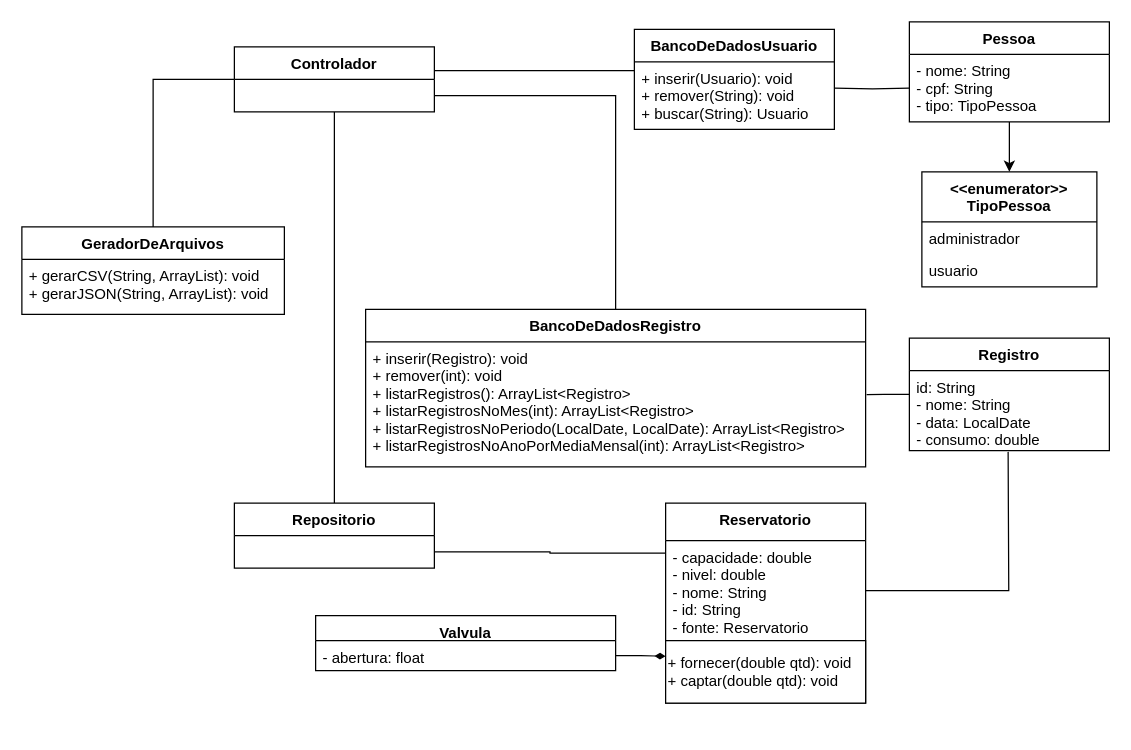
The draw.io diagram informações do projeto/entrega 02 - diagrama de classes UML/Waterway.drawio in ronaldo26rodrigues/Lifeway, before the edit. Source tidied: cells renumbered, new cells numbered last; positions are measured from the earlier drawing's top-left corner, leaving out a move shared by most shapes. Both pictures are drawn from the tidied source at 125%, with x=0, y=0 at pixel (21, 21).
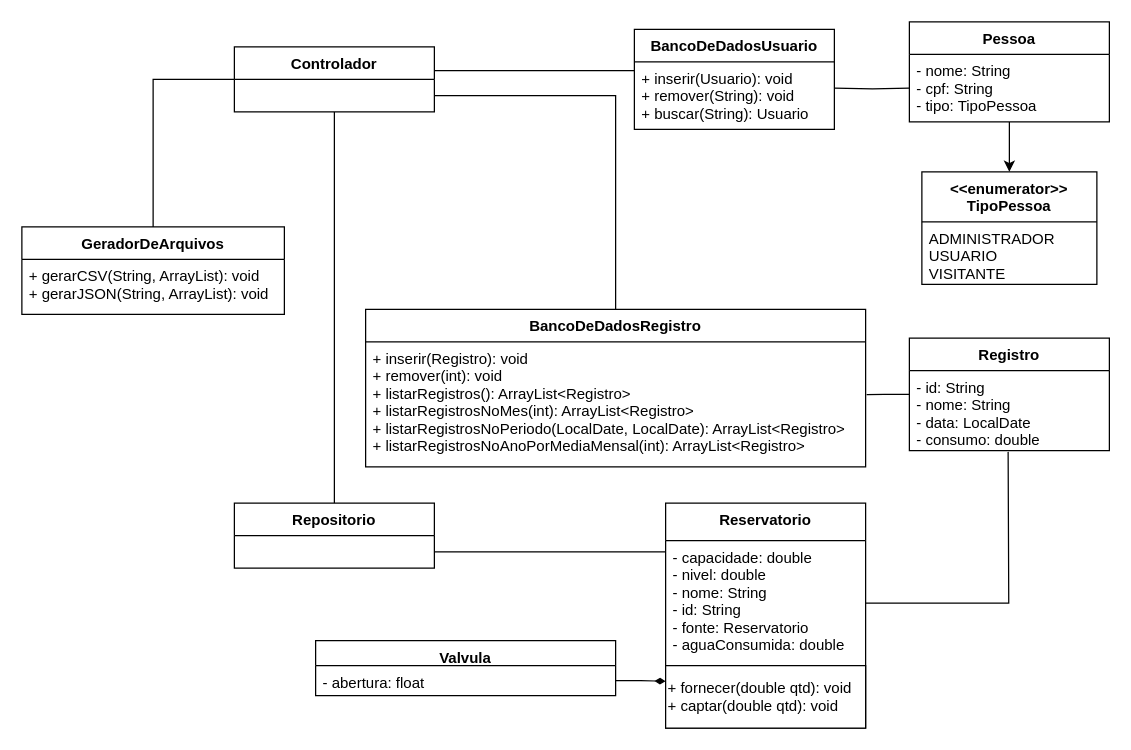
Above is the later version.

The change refers to these unchanged cells:
```xml
<mxCell id="9" value="Registro" style="swimlane;fontStyle=1;align=center;verticalAlign=top;horizontal=1;startSize=26;" parent="1" vertex="1">
  <mxGeometry x="710" y="253" width="160" height="90" as="geometry" />
</mxCell>
<mxCell id="30" value="Repositorio" style="swimlane;fontStyle=1;align=center;verticalAlign=top;horizontal=1;startSize=26;" parent="1" vertex="1">
  <mxGeometry x="170" y="385" width="160" height="52" as="geometry" />
</mxCell>
```

Diff of the diagram source:
```diff
@@
     <mxCell id="3" value="Reservatorio" style="swimlane;fontStyle=1;align=center;verticalAlign=top;horizontal=1;startSize=30;" parent="1" vertex="1">
-      <mxGeometry x="515" y="385" width="160" height="160" as="geometry" />
+      <mxGeometry x="515" y="385" width="160" height="180" as="geometry" />
     </mxCell>
-    <mxCell id="4" value="- capacidade: double&#10;- nivel: double&#10;- nome: String&#10;- id: String&#10;- fonte: Reservatorio" style="text;strokeColor=none;fillColor=none;align=left;verticalAlign=top;spacingLeft=4;spacingRight=4;overflow=hidden;points=[[0,0.5],[1,0.5]];portConstraint=eastwest;" parent="3" vertex="1">
-      <mxGeometry y="30" width="160" height="80" as="geometry" />
+    <mxCell id="4" value="- capacidade: double&#10;- nivel: double&#10;- nome: String&#10;- id: String&#10;- fonte: Reservatorio&#10;- aguaConsumida: double" style="text;strokeColor=none;fillColor=none;align=left;verticalAlign=top;spacingLeft=4;spacingRight=4;overflow=hidden;points=[[0,0.5],[1,0.5]];portConstraint=eastwest;" parent="3" vertex="1">
+      <mxGeometry y="30" width="160" height="100" as="geometry" />
     </mxCell>
     <mxCell id="5" value="+ fornecer(double qtd): void&lt;br&gt;+ captar(double qtd): void" style="html=1;align=left;" parent="3" vertex="1">
-      <mxGeometry y="110" width="160" height="50" as="geometry" />
+      <mxGeometry y="130" width="160" height="50" as="geometry" />
     </mxCell>
     <mxCell id="6" value="Valvula" style="swimlane;fontStyle=1;align=center;verticalAlign=top;horizontal=1;startSize=20;" parent="1" vertex="1">
-      <mxGeometry x="235" y="475" width="240" height="44" as="geometry" />
+      <mxGeometry x="235" y="495" width="240" height="44" as="geometry" />
     </mxCell>
@@
-    <mxCell id="10" value="id: String&#10;- nome: String&#10;- data: LocalDate&#10;- consumo: double" style="text;strokeColor=none;fillColor=none;align=left;verticalAlign=top;spacingLeft=4;spacingRight=4;overflow=hidden;" parent="9" vertex="1">
+    <mxCell id="10" value="- id: String&#10;- nome: String&#10;- data: LocalDate&#10;- consumo: double" style="text;strokeColor=none;fillColor=none;align=left;verticalAlign=top;spacingLeft=4;spacingRight=4;overflow=hidden;" parent="9" vertex="1">
       <mxGeometry y="26" width="160" height="64" as="geometry" />
     </mxCell>
@@
     <mxCell id="21" value="&lt;&lt;enumerator&gt;&gt;&#10;TipoPessoa" style="swimlane;fontStyle=1;horizontal=1;startSize=40;fillColor=none;" parent="1" vertex="1">
-      <mxGeometry x="720" y="120" width="140" height="92" as="geometry" />
+      <mxGeometry x="720" y="120" width="140" height="90" as="geometry" />
     </mxCell>
-    <mxCell id="22" value="administrador" style="text;strokeColor=none;fillColor=none;align=left;verticalAlign=top;spacingLeft=4;spacingRight=4;overflow=hidden;" parent="21" vertex="1">
-      <mxGeometry y="40" width="140" height="26" as="geometry" />
+    <mxCell id="22" value="ADMINISTRADOR&#10;USUARIO&#10;VISITANTE" style="text;strokeColor=none;fillColor=none;align=left;verticalAlign=top;spacingLeft=4;spacingRight=4;overflow=hidden;" parent="21" vertex="1">
+      <mxGeometry y="40" width="140" height="50" as="geometry" />
     </mxCell>
-    <mxCell id="23" value="usuario" style="text;strokeColor=none;fillColor=none;align=left;verticalAlign=top;spacingLeft=4;spacingRight=4;overflow=hidden;" parent="21" vertex="1">
-      <mxGeometry y="66" width="140" height="26" as="geometry" />
-    </mxCell>
@@
-    <mxCell id="31" style="edgeStyle=orthogonalEdgeStyle;rounded=0;jettySize=auto;html=1;entryX=1;entryY=0.75;entryDx=0;entryDy=0;startArrow=none;startFill=0;endArrow=none;endFill=0;exitX=0;exitY=0.25;exitDx=0;exitDy=0;" parent="1" edge="1" source="3" target="30">
+    <mxCell id="31" style="edgeStyle=orthogonalEdgeStyle;rounded=0;jettySize=auto;html=1;entryX=1;entryY=0.75;entryDx=0;entryDy=0;startArrow=none;startFill=0;endArrow=none;endFill=0;exitX=-0.003;exitY=0.089;exitDx=0;exitDy=0;exitPerimeter=0;" parent="1" edge="1" source="4" target="30">
       <mxGeometry relative="1" as="geometry" />
     </mxCell>
```
